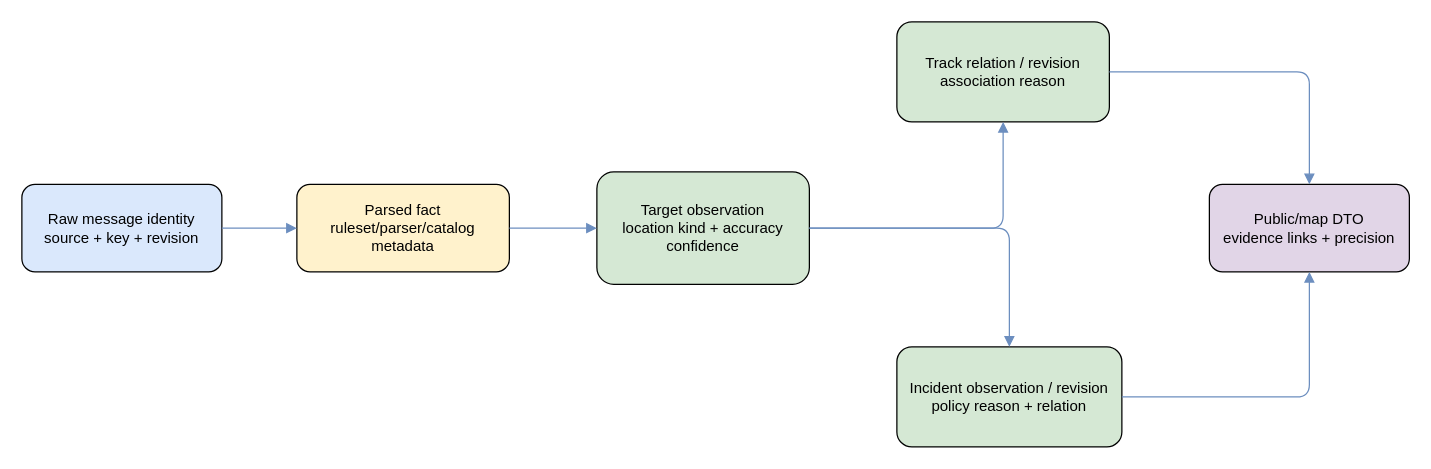
Before: docs/diagrams/provenance-read-side.drawio in sql-monk/Puluj-g, a draw.io diagram. Source tidied: cells renumbered, new cells numbered last; positions are measured from the earlier drawing's top-left corner, leaving out a move shared by most shapes. Both pictures are drawn from the tidied source at 125%, with x=0, y=0 at pixel (21, 21).
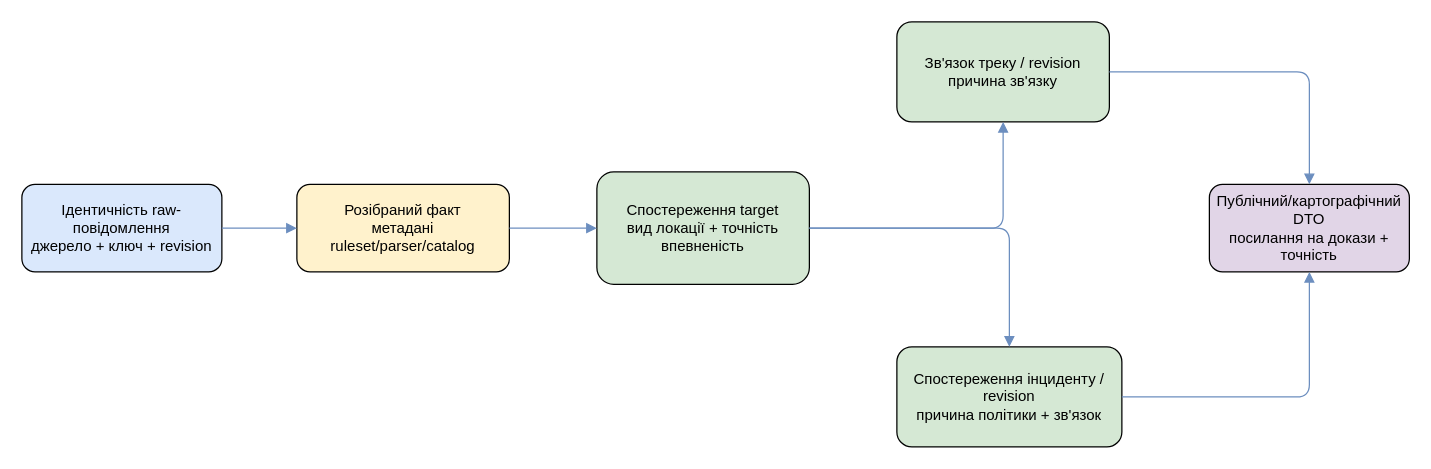
Above is the later version.

Change to the diagram source:
```diff
@@
 <mxGraphModel>
   <root>
     <mxCell id="0" />
     <mxCell id="1" parent="0" />
-    <mxCell id="2" value="Raw message identity&#10;source + key + revision" style="rounded=1;whiteSpace=wrap;html=1;fillColor=#dae8fc;" parent="1" vertex="1">
+    <mxCell id="2" value="Ідентичність raw-повідомлення&#10;джерело + ключ + revision" style="rounded=1;whiteSpace=wrap;html=1;fillColor=#dae8fc;" parent="1" vertex="1">
       <mxGeometry y="130" width="160" height="70" as="geometry" />
     </mxCell>
-    <mxCell id="3" value="Parsed fact&#10;ruleset/parser/catalog metadata" style="rounded=1;whiteSpace=wrap;html=1;fillColor=#fff2cc;" parent="1" vertex="1">
+    <mxCell id="3" value="Розібраний факт&#10;метадані ruleset/parser/catalog" style="rounded=1;whiteSpace=wrap;html=1;fillColor=#fff2cc;" parent="1" vertex="1">
       <mxGeometry x="220" y="130" width="170" height="70" as="geometry" />
     </mxCell>
-    <mxCell id="4" value="Target observation&#10;location kind + accuracy&#10;confidence" style="rounded=1;whiteSpace=wrap;html=1;fillColor=#d5e8d4;" parent="1" vertex="1">
+    <mxCell id="4" value="Спостереження target&#10;вид локації + точність&#10;впевненість" style="rounded=1;whiteSpace=wrap;html=1;fillColor=#d5e8d4;" parent="1" vertex="1">
       <mxGeometry x="460" y="120" width="170" height="90" as="geometry" />
     </mxCell>
-    <mxCell id="5" value="Track relation / revision&#10;association reason" style="rounded=1;whiteSpace=wrap;html=1;fillColor=#d5e8d4;" parent="1" vertex="1">
+    <mxCell id="5" value="Зв'язок треку / revision&#10;причина зв'язку" style="rounded=1;whiteSpace=wrap;html=1;fillColor=#d5e8d4;" parent="1" vertex="1">
       <mxGeometry x="700" width="170" height="80" as="geometry" />
     </mxCell>
-    <mxCell id="6" value="Incident observation / revision&#10;policy reason + relation" style="rounded=1;whiteSpace=wrap;html=1;fillColor=#d5e8d4;" parent="1" vertex="1">
+    <mxCell id="6" value="Спостереження інциденту / revision&#10;причина політики + зв'язок" style="rounded=1;whiteSpace=wrap;html=1;fillColor=#d5e8d4;" parent="1" vertex="1">
       <mxGeometry x="700" y="260" width="180" height="80" as="geometry" />
     </mxCell>
-    <mxCell id="7" value="Public/map DTO&#10;evidence links + precision" style="rounded=1;whiteSpace=wrap;html=1;fillColor=#e1d5e7;" parent="1" vertex="1">
+    <mxCell id="7" value="Публічний/картографічний DTO&#10;посилання на докази + точність" style="rounded=1;whiteSpace=wrap;html=1;fillColor=#e1d5e7;" parent="1" vertex="1">
       <mxGeometry x="950" y="130" width="160" height="70" as="geometry" />
     </mxCell>
     <mxCell id="8" style="edgeStyle=orthogonalEdgeStyle;html=1;endArrow=block;strokeColor=#6c8ebf;" parent="1" edge="1" source="2" target="3">
       <mxGeometry relative="1" as="geometry" />
     </mxCell>
     <mxCell id="9" style="edgeStyle=orthogonalEdgeStyle;html=1;endArrow=block;strokeColor=#6c8ebf;" parent="1" edge="1" source="3" target="4">
       <mxGeometry relative="1" as="geometry" />
     </mxCell>
     <mxCell id="10" style="edgeStyle=orthogonalEdgeStyle;html=1;endArrow=block;strokeColor=#6c8ebf;" parent="1" edge="1" source="4" target="5">
       <mxGeometry relative="1" as="geometry" />
     </mxCell>
     <mxCell id="11" style="edgeStyle=orthogonalEdgeStyle;html=1;endArrow=block;strokeColor=#6c8ebf;" parent="1" edge="1" source="4" target="6">
       <mxGeometry relative="1" as="geometry" />
     </mxCell>
     <mxCell id="12" style="edgeStyle=orthogonalEdgeStyle;html=1;endArrow=block;strokeColor=#6c8ebf;" parent="1" edge="1" source="5" target="7">
       <mxGeometry relative="1" as="geometry" />
     </mxCell>
     <mxCell id="13" style="edgeStyle=orthogonalEdgeStyle;html=1;endArrow=block;strokeColor=#6c8ebf;" parent="1" edge="1" source="6" target="7">
       <mxGeometry relative="1" as="geometry" />
     </mxCell>
   </root>
 </mxGraphModel>
```
